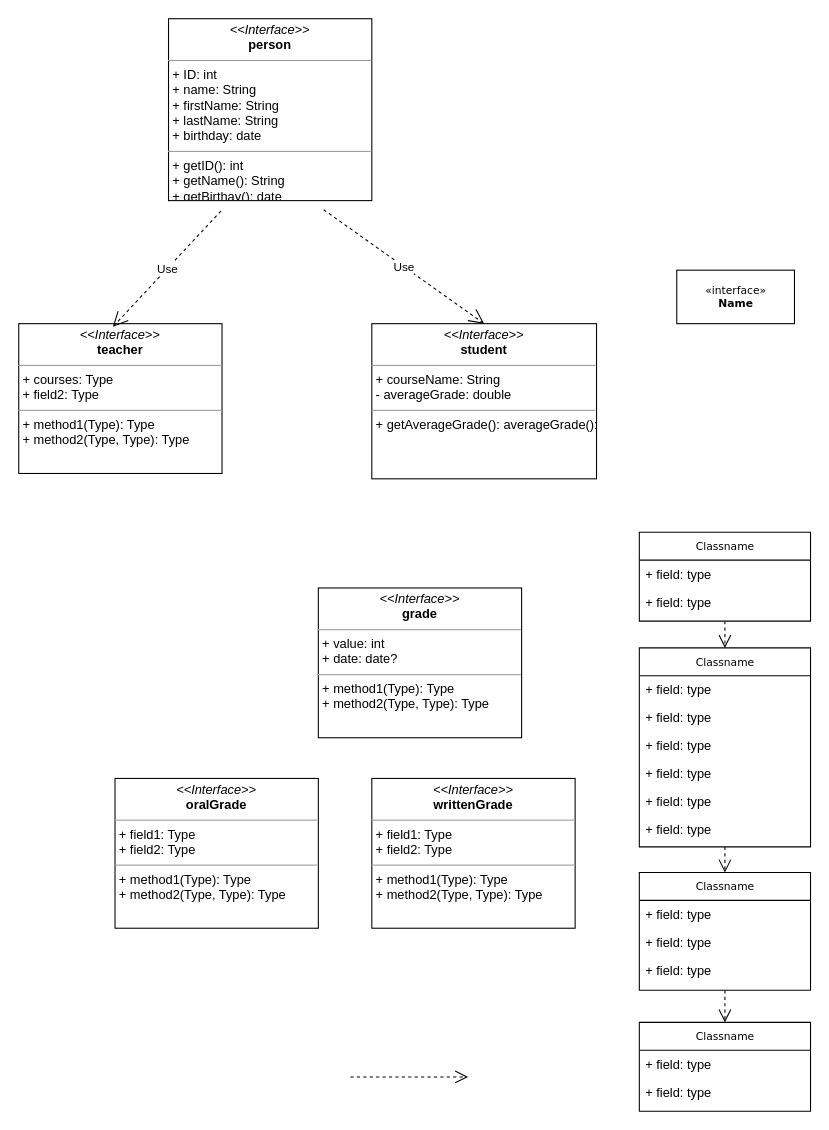
Above: Untitled Diagram.drawio in lorenzo381/ATdIT-Gruppe_3 (draw.io), before the change. Source tidied: cells renumbered, new cells numbered last; positions are measured from the earlier drawing's top-left corner, leaving out a move shared by most shapes. Both pictures are drawn from the tidied source at 107%, with x=0, y=0 at pixel (18, 18).
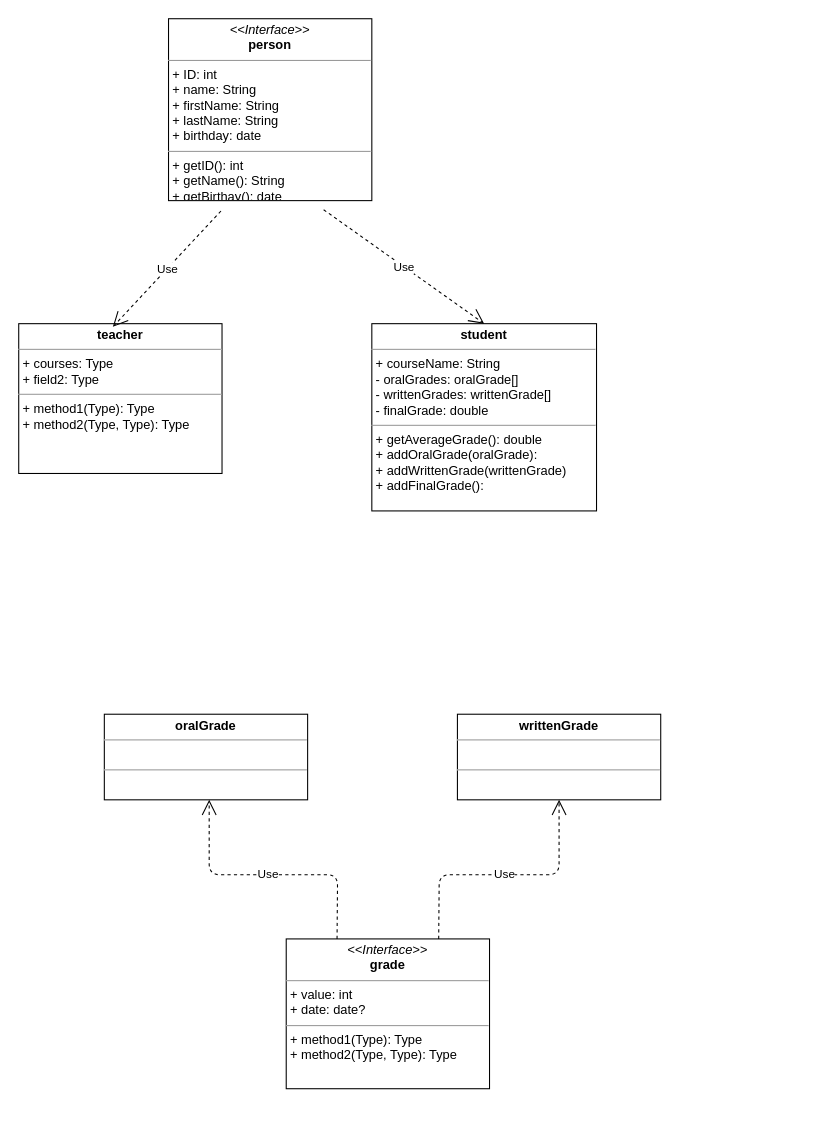
The same page after the edit.

The edit, as a diff of the source:
```diff
@@
-    <mxCell id="2" style="edgeStyle=orthogonalEdgeStyle;rounded=0;html=1;dashed=1;labelBackgroundColor=none;startFill=0;endArrow=open;endFill=0;endSize=10;fontFamily=Verdana;fontSize=10;" parent="1" edge="1" source="3" target="14">
-      <mxGeometry relative="1" as="geometry" />
-    </mxCell>
-    <mxCell id="3" value="Classname" style="swimlane;html=1;fontStyle=0;horizontal=1;startSize=26;fillColor=none;swimlaneFillColor=#ffffff;rounded=0;shadow=0;comic=0;labelBackgroundColor=none;strokeWidth=1;fontFamily=Verdana;fontSize=10;align=center;" parent="1" vertex="1">
-      <mxGeometry x="580" y="588" width="160" height="186" as="geometry" />
-    </mxCell>
-    <mxCell id="4" value="+ field: type" style="text;html=1;strokeColor=none;fillColor=none;align=left;verticalAlign=top;spacingLeft=4;spacingRight=4;whiteSpace=wrap;overflow=hidden;" parent="3" vertex="1">
-      <mxGeometry y="26" width="160" height="26" as="geometry" />
-    </mxCell>
-    <mxCell id="5" value="+ field: type" style="text;html=1;strokeColor=none;fillColor=none;align=left;verticalAlign=top;spacingLeft=4;spacingRight=4;whiteSpace=wrap;overflow=hidden;" parent="3" vertex="1">
-      <mxGeometry y="52" width="160" height="26" as="geometry" />
-    </mxCell>
-    <mxCell id="6" value="+ field: type" style="text;html=1;strokeColor=none;fillColor=none;align=left;verticalAlign=top;spacingLeft=4;spacingRight=4;whiteSpace=wrap;overflow=hidden;" parent="3" vertex="1">
-      <mxGeometry y="78" width="160" height="26" as="geometry" />
-    </mxCell>
-    <mxCell id="7" value="+ field: type" style="text;html=1;strokeColor=none;fillColor=none;align=left;verticalAlign=top;spacingLeft=4;spacingRight=4;whiteSpace=wrap;overflow=hidden;" parent="3" vertex="1">
-      <mxGeometry y="104" width="160" height="26" as="geometry" />
-    </mxCell>
-    <mxCell id="8" value="+ field: type" style="text;html=1;strokeColor=none;fillColor=none;align=left;verticalAlign=top;spacingLeft=4;spacingRight=4;whiteSpace=wrap;overflow=hidden;" parent="3" vertex="1">
-      <mxGeometry y="130" width="160" height="26" as="geometry" />
-    </mxCell>
-    <mxCell id="9" value="+ field: type" style="text;html=1;strokeColor=none;fillColor=none;align=left;verticalAlign=top;spacingLeft=4;spacingRight=4;whiteSpace=wrap;overflow=hidden;" parent="3" vertex="1">
-      <mxGeometry y="156" width="160" height="26" as="geometry" />
-    </mxCell>
-    <mxCell id="10" value="Classname" style="swimlane;html=1;fontStyle=0;horizontal=1;startSize=26;fillColor=none;swimlaneFillColor=#ffffff;rounded=0;shadow=0;comic=0;labelBackgroundColor=none;strokeWidth=1;fontFamily=Verdana;fontSize=10;align=center;" parent="1" vertex="1">
-      <mxGeometry x="580" y="938" width="160" height="83" as="geometry" />
-    </mxCell>
-    <mxCell id="11" value="+ field: type" style="text;html=1;strokeColor=none;fillColor=none;align=left;verticalAlign=top;spacingLeft=4;spacingRight=4;whiteSpace=wrap;overflow=hidden;" parent="10" vertex="1">
-      <mxGeometry y="26" width="160" height="26" as="geometry" />
-    </mxCell>
-    <mxCell id="12" value="+ field: type" style="text;html=1;strokeColor=none;fillColor=none;align=left;verticalAlign=top;spacingLeft=4;spacingRight=4;whiteSpace=wrap;overflow=hidden;" parent="10" vertex="1">
-      <mxGeometry y="52" width="160" height="26" as="geometry" />
-    </mxCell>
-    <mxCell id="13" style="edgeStyle=orthogonalEdgeStyle;rounded=0;html=1;dashed=1;labelBackgroundColor=none;startFill=0;endArrow=open;endFill=0;endSize=10;fontFamily=Verdana;fontSize=10;" parent="1" edge="1" source="14" target="10">
-      <mxGeometry relative="1" as="geometry" />
-    </mxCell>
-    <mxCell id="14" value="Classname" style="swimlane;html=1;fontStyle=0;horizontal=1;startSize=26;fillColor=none;swimlaneFillColor=#ffffff;rounded=0;shadow=0;comic=0;labelBackgroundColor=none;strokeWidth=1;fontFamily=Verdana;fontSize=10;align=center;" parent="1" vertex="1">
-      <mxGeometry x="580" y="798" width="160" height="110" as="geometry" />
-    </mxCell>
-    <mxCell id="15" value="+ field: type" style="text;html=1;strokeColor=none;fillColor=none;align=left;verticalAlign=top;spacingLeft=4;spacingRight=4;whiteSpace=wrap;overflow=hidden;" parent="14" vertex="1">
-      <mxGeometry y="26" width="160" height="26" as="geometry" />
-    </mxCell>
-    <mxCell id="16" value="+ field: type" style="text;html=1;strokeColor=none;fillColor=none;align=left;verticalAlign=top;spacingLeft=4;spacingRight=4;whiteSpace=wrap;overflow=hidden;" parent="14" vertex="1">
-      <mxGeometry y="52" width="160" height="26" as="geometry" />
-    </mxCell>
-    <mxCell id="17" value="+ field: type" style="text;html=1;strokeColor=none;fillColor=none;align=left;verticalAlign=top;spacingLeft=4;spacingRight=4;whiteSpace=wrap;overflow=hidden;" parent="14" vertex="1">
-      <mxGeometry y="78" width="160" height="26" as="geometry" />
-    </mxCell>
-    <mxCell id="18" style="edgeStyle=orthogonalEdgeStyle;rounded=0;html=1;dashed=1;labelBackgroundColor=none;startFill=0;endArrow=open;endFill=0;endSize=10;fontFamily=Verdana;fontSize=10;" parent="1" edge="1" source="19" target="3">
-      <mxGeometry relative="1" as="geometry" />
-    </mxCell>
-    <mxCell id="19" value="Classname" style="swimlane;html=1;fontStyle=0;horizontal=1;startSize=26;fillColor=none;swimlaneFillColor=#ffffff;rounded=0;shadow=0;comic=0;labelBackgroundColor=none;strokeWidth=1;fontFamily=Verdana;fontSize=10;align=center;" parent="1" vertex="1">
-      <mxGeometry x="580" y="480" width="160" height="83" as="geometry" />
-    </mxCell>
-    <mxCell id="20" value="+ field: type" style="text;html=1;strokeColor=none;fillColor=none;align=left;verticalAlign=top;spacingLeft=4;spacingRight=4;whiteSpace=wrap;overflow=hidden;" parent="19" vertex="1">
-      <mxGeometry y="26" width="160" height="26" as="geometry" />
-    </mxCell>
-    <mxCell id="21" value="+ field: type" style="text;html=1;strokeColor=none;fillColor=none;align=left;verticalAlign=top;spacingLeft=4;spacingRight=4;whiteSpace=wrap;overflow=hidden;" parent="19" vertex="1">
-      <mxGeometry y="52" width="160" height="26" as="geometry" />
-    </mxCell>
-    <mxCell id="22" value="&lt;p style=&quot;margin: 0px ; margin-top: 4px ; text-align: center&quot;&gt;&lt;i&gt;&amp;lt;&amp;lt;Interface&amp;gt;&amp;gt;&lt;/i&gt;&lt;br&gt;&lt;b&gt;writtenGrade&lt;/b&gt;&lt;/p&gt;&lt;hr size=&quot;1&quot;&gt;&lt;p style=&quot;margin: 0px ; margin-left: 4px&quot;&gt;+ field1: Type&lt;br&gt;+ field2: Type&lt;/p&gt;&lt;hr size=&quot;1&quot;&gt;&lt;p style=&quot;margin: 0px ; margin-left: 4px&quot;&gt;+ method1(Type): Type&lt;br&gt;+ method2(Type, Type): Type&lt;/p&gt;" style="verticalAlign=top;align=left;overflow=fill;fontSize=12;fontFamily=Helvetica;html=1;rounded=0;shadow=0;comic=0;labelBackgroundColor=none;strokeWidth=1;" parent="1" vertex="1">
-      <mxGeometry x="330" y="710" width="190" height="140" as="geometry" />
+    <mxCell id="22" value="&lt;p style=&quot;margin: 0px ; margin-top: 4px ; text-align: center&quot;&gt;&lt;b&gt;writtenGrade&lt;/b&gt;&lt;/p&gt;&lt;hr size=&quot;1&quot;&gt;&lt;p style=&quot;margin: 0px ; margin-left: 4px&quot;&gt;&lt;br&gt;&lt;/p&gt;&lt;hr size=&quot;1&quot;&gt;&lt;p style=&quot;margin: 0px ; margin-left: 4px&quot;&gt;&lt;br&gt;&lt;/p&gt;" style="verticalAlign=top;align=left;overflow=fill;fontSize=12;fontFamily=Helvetica;html=1;rounded=0;shadow=0;comic=0;labelBackgroundColor=none;strokeWidth=1;" parent="1" vertex="1">
+      <mxGeometry x="410" y="650" width="190" height="80" as="geometry" />
     </mxCell>
     <mxCell id="23" value="&lt;p style=&quot;margin: 0px ; margin-top: 4px ; text-align: center&quot;&gt;&lt;i&gt;&amp;lt;&amp;lt;Interface&amp;gt;&amp;gt;&lt;/i&gt;&lt;br&gt;&lt;b&gt;grade&lt;/b&gt;&lt;/p&gt;&lt;hr size=&quot;1&quot;&gt;&lt;p style=&quot;margin: 0px ; margin-left: 4px&quot;&gt;+ value: int&lt;br&gt;+ date: date?&lt;/p&gt;&lt;hr size=&quot;1&quot;&gt;&lt;p style=&quot;margin: 0px ; margin-left: 4px&quot;&gt;+ method1(Type): Type&lt;br&gt;+ method2(Type, Type): Type&lt;/p&gt;" style="verticalAlign=top;align=left;overflow=fill;fontSize=12;fontFamily=Helvetica;html=1;rounded=0;shadow=0;comic=0;labelBackgroundColor=none;strokeWidth=1;" parent="1" vertex="1">
-      <mxGeometry x="280" y="532" width="190" height="140" as="geometry" />
+      <mxGeometry x="250" y="860" width="190" height="140" as="geometry" />
     </mxCell>
-    <mxCell id="24" style="edgeStyle=orthogonalEdgeStyle;rounded=0;html=1;dashed=1;labelBackgroundColor=none;startFill=0;endArrow=open;endFill=0;endSize=10;fontFamily=Verdana;fontSize=10;" parent="1" edge="1">
-      <mxGeometry relative="1" as="geometry">
-        <mxPoint x="310" y="989" as="sourcePoint" />
-        <mxPoint x="420" y="989" as="targetPoint" />
-        <Array as="points">
-          <mxPoint x="340" y="989" />
-          <mxPoint x="340" y="989" />
-        </Array>
-      </mxGeometry>
-    </mxCell>
@@
-    <mxCell id="26" value="&amp;laquo;interface&amp;raquo;&lt;br&gt;&lt;b&gt;Name&lt;/b&gt;" style="html=1;rounded=0;shadow=0;comic=0;labelBackgroundColor=none;strokeWidth=1;fontFamily=Verdana;fontSize=10;align=center;" parent="1" vertex="1">
-      <mxGeometry x="615" y="235" width="110" height="50" as="geometry" />
-    </mxCell>
-    <mxCell id="27" value="&lt;p style=&quot;margin: 0px ; margin-top: 4px ; text-align: center&quot;&gt;&lt;i&gt;&amp;lt;&amp;lt;Interface&amp;gt;&amp;gt;&lt;/i&gt;&lt;br&gt;&lt;b&gt;teacher&lt;/b&gt;&lt;/p&gt;&lt;hr size=&quot;1&quot;&gt;&lt;p style=&quot;margin: 0px ; margin-left: 4px&quot;&gt;+ courses: Type&lt;br&gt;+ field2: Type&lt;/p&gt;&lt;hr size=&quot;1&quot;&gt;&lt;p style=&quot;margin: 0px ; margin-left: 4px&quot;&gt;+ method1(Type): Type&lt;br&gt;+ method2(Type, Type): Type&lt;/p&gt;" style="verticalAlign=top;align=left;overflow=fill;fontSize=12;fontFamily=Helvetica;html=1;rounded=0;shadow=0;comic=0;labelBackgroundColor=none;strokeWidth=1;" parent="1" vertex="1">
+    <mxCell id="27" value="&lt;p style=&quot;margin: 0px ; margin-top: 4px ; text-align: center&quot;&gt;&lt;b&gt;teacher&lt;/b&gt;&lt;/p&gt;&lt;hr size=&quot;1&quot;&gt;&lt;p style=&quot;margin: 0px ; margin-left: 4px&quot;&gt;+ courses: Type&lt;br&gt;+ field2: Type&lt;/p&gt;&lt;hr size=&quot;1&quot;&gt;&lt;p style=&quot;margin: 0px ; margin-left: 4px&quot;&gt;+ method1(Type): Type&lt;br&gt;+ method2(Type, Type): Type&lt;/p&gt;" style="verticalAlign=top;align=left;overflow=fill;fontSize=12;fontFamily=Helvetica;html=1;rounded=0;shadow=0;comic=0;labelBackgroundColor=none;strokeWidth=1;" parent="1" vertex="1">
       <mxGeometry y="285" width="190" height="140" as="geometry" />
     </mxCell>
-    <mxCell id="28" value="&lt;p style=&quot;margin: 0px ; margin-top: 4px ; text-align: center&quot;&gt;&lt;i&gt;&amp;lt;&amp;lt;Interface&amp;gt;&amp;gt;&lt;/i&gt;&lt;br&gt;&lt;b&gt;student&lt;/b&gt;&lt;/p&gt;&lt;hr size=&quot;1&quot;&gt;&lt;p style=&quot;margin: 0px ; margin-left: 4px&quot;&gt;+ courseName: String&lt;br&gt;&lt;/p&gt;&lt;p style=&quot;margin: 0px ; margin-left: 4px&quot;&gt;- averageGrade: double&lt;/p&gt;&lt;hr size=&quot;1&quot;&gt;&lt;p style=&quot;margin: 0px ; margin-left: 4px&quot;&gt;+ getAverageGrade(): averageGrade&lt;span&gt;():&lt;/span&gt;&lt;br&gt;&lt;/p&gt;" style="verticalAlign=top;align=left;overflow=fill;fontSize=12;fontFamily=Helvetica;html=1;rounded=0;shadow=0;comic=0;labelBackgroundColor=none;strokeWidth=1;" parent="1" vertex="1">
-      <mxGeometry x="330" y="285" width="210" height="145" as="geometry" />
+    <mxCell id="28" value="&lt;p style=&quot;margin: 0px ; margin-top: 4px ; text-align: center&quot;&gt;&lt;b&gt;student&lt;/b&gt;&lt;/p&gt;&lt;hr size=&quot;1&quot;&gt;&lt;p style=&quot;margin: 0px ; margin-left: 4px&quot;&gt;+ courseName: String&lt;br&gt;&lt;/p&gt;&lt;p style=&quot;margin: 0px ; margin-left: 4px&quot;&gt;- oralGrades: oralGrade[]&lt;/p&gt;&lt;p style=&quot;margin: 0px ; margin-left: 4px&quot;&gt;- writtenGrades: writtenGrade[]&lt;/p&gt;&lt;p style=&quot;margin: 0px ; margin-left: 4px&quot;&gt;- finalGrade: double&lt;/p&gt;&lt;hr size=&quot;1&quot;&gt;&lt;p style=&quot;margin: 0px ; margin-left: 4px&quot;&gt;+ getAverageGrade(): double&lt;br&gt;&lt;/p&gt;&lt;p style=&quot;margin: 0px ; margin-left: 4px&quot;&gt;+ addOralGrade(oralGrade):&lt;/p&gt;&lt;p style=&quot;margin: 0px ; margin-left: 4px&quot;&gt;+ addWrittenGrade(writtenGrade)&lt;/p&gt;&lt;p style=&quot;margin: 0px ; margin-left: 4px&quot;&gt;+ addFinalGrade():&lt;/p&gt;" style="verticalAlign=top;align=left;overflow=fill;fontSize=12;fontFamily=Helvetica;html=1;rounded=0;shadow=0;comic=0;labelBackgroundColor=none;strokeWidth=1;" parent="1" vertex="1">
+      <mxGeometry x="330" y="285" width="210" height="175" as="geometry" />
     </mxCell>
@@
-    <mxCell id="31" value="&lt;p style=&quot;margin: 0px ; margin-top: 4px ; text-align: center&quot;&gt;&lt;i&gt;&amp;lt;&amp;lt;Interface&amp;gt;&amp;gt;&lt;/i&gt;&lt;br&gt;&lt;b&gt;oralGrade&lt;/b&gt;&lt;/p&gt;&lt;hr size=&quot;1&quot;&gt;&lt;p style=&quot;margin: 0px ; margin-left: 4px&quot;&gt;+ field1: Type&lt;br&gt;+ field2: Type&lt;/p&gt;&lt;hr size=&quot;1&quot;&gt;&lt;p style=&quot;margin: 0px ; margin-left: 4px&quot;&gt;+ method1(Type): Type&lt;br&gt;+ method2(Type, Type): Type&lt;/p&gt;" style="verticalAlign=top;align=left;overflow=fill;fontSize=12;fontFamily=Helvetica;html=1;rounded=0;shadow=0;comic=0;labelBackgroundColor=none;strokeWidth=1;" parent="1" vertex="1">
-      <mxGeometry x="90" y="710" width="190" height="140" as="geometry" />
+    <mxCell id="31" value="&lt;p style=&quot;margin: 0px ; margin-top: 4px ; text-align: center&quot;&gt;&lt;b&gt;oralGrade&lt;/b&gt;&lt;/p&gt;&lt;hr size=&quot;1&quot;&gt;&lt;p style=&quot;margin: 0px ; margin-left: 4px&quot;&gt;&lt;br&gt;&lt;/p&gt;&lt;hr size=&quot;1&quot;&gt;&lt;p style=&quot;margin: 0px ; margin-left: 4px&quot;&gt;&lt;br&gt;&lt;/p&gt;" style="verticalAlign=top;align=left;overflow=fill;fontSize=12;fontFamily=Helvetica;html=1;rounded=0;shadow=0;comic=0;labelBackgroundColor=none;strokeWidth=1;" parent="1" vertex="1">
+      <mxGeometry x="80" y="650" width="190" height="80" as="geometry" />
     </mxCell>
+    <mxCell id="32" style="edgeStyle=orthogonalEdgeStyle;rounded=0;orthogonalLoop=1;jettySize=auto;html=1;exitX=0.5;exitY=1;exitDx=0;exitDy=0;" parent="1" edge="1" source="31" target="31">
+      <mxGeometry relative="1" as="geometry" />
+    </mxCell>
+    <mxCell id="33" value="Use" style="endArrow=open;endSize=12;dashed=1;html=1;exitX=0.75;exitY=0;exitDx=0;exitDy=0;entryX=0.5;entryY=1;entryDx=0;entryDy=0;" parent="1" edge="1" source="23" target="22">
+      <mxGeometry relative="1" as="geometry">
+        <Array as="points">
+          <mxPoint x="393" y="800" />
+          <mxPoint x="505" y="800" />
+        </Array>
+      </mxGeometry>
+    </mxCell>
+    <mxCell id="34" value="Use" style="endArrow=open;endSize=12;dashed=1;html=1;exitX=0.25;exitY=0;exitDx=0;exitDy=0;" parent="1" edge="1" source="23">
+      <mxGeometry relative="1" as="geometry">
+        <mxPoint x="178" y="730" as="targetPoint" />
+        <Array as="points">
+          <mxPoint x="298" y="800" />
+          <mxPoint x="178" y="800" />
+        </Array>
+      </mxGeometry>
+    </mxCell>
```
